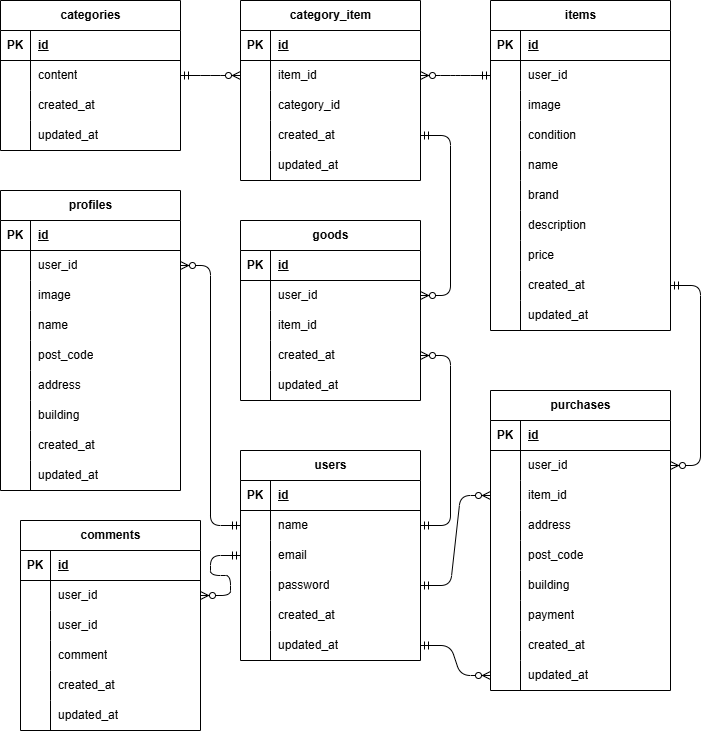
Above: ER.drawio.png in yuukuroda/kuroda-freemarket (draw.io), before the change. Source tidied: cells renumbered, new cells last; positions are measured from the earlier drawing's top-left corner, leaving out a move shared by most shapes.
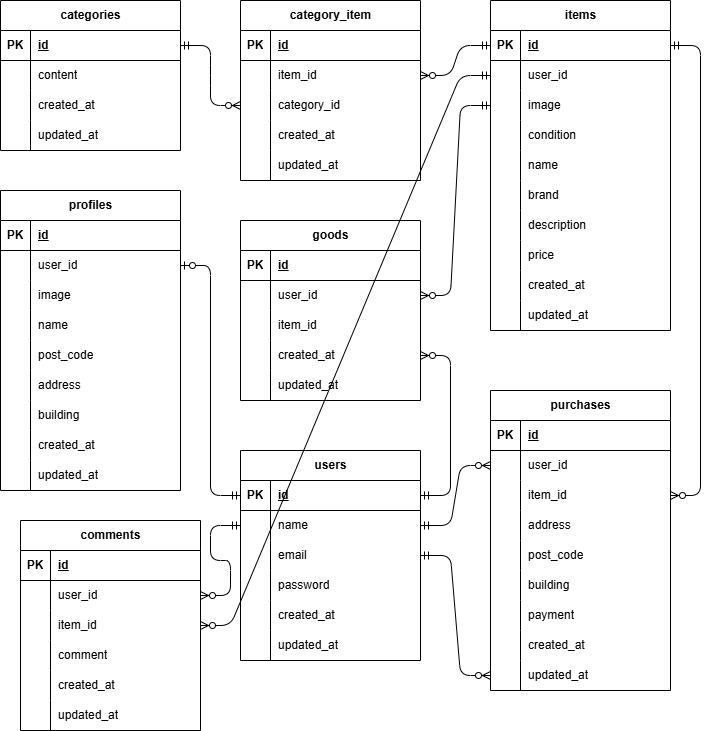
The same diagram one commit later.

The edit, as a diff of the source:
```diff
@@ -218,7 +218,7 @@
     <mxCell id="73" value="updated_at" style="shape=partialRectangle;fillColor=none;top=0;left=0;bottom=0;right=0;align=left;spacingLeft=6;overflow=hidden;whiteSpace=wrap;html=1;" parent="71" vertex="1">
       <mxGeometry x="30" width="150" height="30" as="geometry" />
     </mxCell>
-    <mxCell id="74" style="edgeStyle=entityRelationEdgeStyle;fontSize=12;html=1;endArrow=ERzeroToMany;startArrow=ERmandOne;exitX=1;exitY=0.5;exitDx=0;exitDy=0;entryX=0;entryY=0.5;entryDx=0;entryDy=0;" parent="1" edge="1" source="37" target="79">
+    <mxCell id="74" style="edgeStyle=entityRelationEdgeStyle;fontSize=12;html=1;endArrow=ERzeroToMany;startArrow=ERmandOne;exitX=1;exitY=0.5;exitDx=0;exitDy=0;" parent="1" edge="1" source="34" target="82">
       <mxGeometry relative="1" as="geometry" />
     </mxCell>
     <mxCell id="75" value="category_item" style="shape=table;startSize=30;rowLines=0;fontStyle=1;align=center;html=1;" parent="1" vertex="1">
@@ -269,7 +269,7 @@
     <mxCell id="90" value="updated_at" style="shape=partialRectangle;fillColor=none;top=0;left=0;bottom=0;right=0;align=left;spacingLeft=6;overflow=hidden;whiteSpace=wrap;html=1;" parent="88" vertex="1">
       <mxGeometry x="30" width="150" height="30" as="geometry" />
     </mxCell>
-    <mxCell id="91" style="edgeStyle=entityRelationEdgeStyle;fontSize=12;html=1;endArrow=ERzeroToMany;startArrow=ERmandOne;exitX=0;exitY=0.5;exitDx=0;exitDy=0;entryX=1;entryY=0.5;entryDx=0;entryDy=0;" parent="1" edge="1" source="6" target="79">
+    <mxCell id="91" style="edgeStyle=entityRelationEdgeStyle;fontSize=12;html=1;endArrow=ERzeroToMany;startArrow=ERmandOne;exitX=0;exitY=0.5;exitDx=0;exitDy=0;entryX=1;entryY=0.5;entryDx=0;entryDy=0;" parent="1" edge="1" source="3" target="79">
       <mxGeometry relative="1" as="geometry" />
     </mxCell>
     <mxCell id="92" value="users" style="shape=table;startSize=30;rowLines=0;fontStyle=1;align=center;html=1;" parent="1" vertex="1">
@@ -404,7 +404,7 @@
     <mxCell id="135" style="shape=partialRectangle;fillColor=none;top=0;left=0;bottom=0;right=0;overflow=hidden;whiteSpace=wrap;html=1;" parent="134" vertex="1">
       <mxGeometry width="30" height="30" as="geometry" />
     </mxCell>
-    <mxCell id="136" value="user_id" style="shape=partialRectangle;fillColor=none;top=0;left=0;bottom=0;right=0;align=left;spacingLeft=6;overflow=hidden;whiteSpace=wrap;html=1;" parent="134" vertex="1">
+    <mxCell id="136" value="item_id" style="shape=partialRectangle;fillColor=none;top=0;left=0;bottom=0;right=0;align=left;spacingLeft=6;overflow=hidden;whiteSpace=wrap;html=1;" parent="134" vertex="1">
       <mxGeometry x="30" width="150" height="30" as="geometry" />
     </mxCell>
     <mxCell id="137" style="shape=tableRow;horizontal=0;startSize=0;swimlaneHead=0;swimlaneBody=0;fillColor=none;top=0;left=0;right=0;bottom=0;" parent="127" vertex="1">
@@ -518,30 +518,38 @@
     <mxCell id="173" value="updated_at" style="shape=partialRectangle;fillColor=none;top=0;left=0;bottom=0;right=0;align=left;spacingLeft=6;overflow=hidden;whiteSpace=wrap;html=1;" parent="171" vertex="1">
       <mxGeometry x="30" width="150" height="30" as="geometry" />
     </mxCell>
-    <mxCell id="174" style="edgeStyle=entityRelationEdgeStyle;fontSize=12;html=1;endArrow=ERzeroToMany;startArrow=ERmandOne;exitX=1;exitY=0.5;exitDx=0;exitDy=0;entryX=1;entryY=0.5;entryDx=0;entryDy=0;" parent="1" edge="1" source="85" target="115">
+    <mxCell id="174" style="edgeStyle=entityRelationEdgeStyle;fontSize=12;html=1;endArrow=ERzeroToMany;startArrow=ERmandOne;entryX=1;entryY=0.5;entryDx=0;entryDy=0;" parent="1" edge="1" source="9" target="115">
       <mxGeometry relative="1" as="geometry" />
     </mxCell>
-    <mxCell id="175" style="edgeStyle=entityRelationEdgeStyle;fontSize=12;html=1;endArrow=ERzeroToMany;startArrow=ERmandOne;entryX=1;entryY=0.5;entryDx=0;entryDy=0;exitX=1;exitY=0.5;exitDx=0;exitDy=0;" parent="1" edge="1" source="96" target="121">
+    <mxCell id="175" style="edgeStyle=entityRelationEdgeStyle;fontSize=12;html=1;endArrow=ERzeroToMany;startArrow=ERmandOne;entryX=1;entryY=0.5;entryDx=0;entryDy=0;" parent="1" edge="1" source="93" target="121">
       <mxGeometry relative="1" as="geometry" />
     </mxCell>
-    <mxCell id="176" style="edgeStyle=entityRelationEdgeStyle;fontSize=12;html=1;endArrow=ERzeroToMany;startArrow=ERmandOne;entryX=1;entryY=0.5;entryDx=0;entryDy=0;exitX=0;exitY=0.5;exitDx=0;exitDy=0;" parent="1" edge="1" source="96" target="50">
+    <mxCell id="176" style="edgeStyle=entityRelationEdgeStyle;fontSize=12;html=1;endArrow=ERzeroToOne;startArrow=ERmandOne;entryX=1;entryY=0.5;entryDx=0;entryDy=0;endFill=0;" parent="1" edge="1" source="93" target="50">
       <mxGeometry relative="1" as="geometry" />
     </mxCell>
-    <mxCell id="177" style="edgeStyle=entityRelationEdgeStyle;fontSize=12;html=1;endArrow=ERzeroToMany;startArrow=ERmandOne;entryX=1;entryY=0.5;entryDx=0;entryDy=0;exitX=0;exitY=0.5;exitDx=0;exitDy=0;" parent="1" edge="1" source="99" target="131">
+    <mxCell id="177" style="edgeStyle=entityRelationEdgeStyle;fontSize=12;html=1;endArrow=ERzeroToMany;startArrow=ERmandOne;entryX=1;entryY=0.5;entryDx=0;entryDy=0;" parent="1" edge="1" source="96" target="131">
       <mxGeometry relative="1" as="geometry" />
     </mxCell>
-    <mxCell id="178" style="edgeStyle=entityRelationEdgeStyle;fontSize=12;html=1;endArrow=ERzeroToMany;startArrow=ERmandOne;entryX=0;entryY=0.5;entryDx=0;entryDy=0;exitX=1;exitY=0.5;exitDx=0;exitDy=0;" parent="1" edge="1" source="102" target="153">
+    <mxCell id="178" style="edgeStyle=entityRelationEdgeStyle;fontSize=12;html=1;endArrow=ERzeroToMany;startArrow=ERmandOne;" parent="1" edge="1" source="96" target="150">
       <mxGeometry relative="1" as="geometry" />
     </mxCell>
-    <mxCell id="179" style="edgeStyle=entityRelationEdgeStyle;fontSize=12;html=1;endArrow=ERzeroToMany;startArrow=ERmandOne;entryX=0;entryY=0.5;entryDx=0;entryDy=0;exitX=1;exitY=0.5;exitDx=0;exitDy=0;" parent="1" edge="1" source="108" target="171">
+    <mxCell id="179" style="edgeStyle=entityRelationEdgeStyle;fontSize=12;html=1;endArrow=ERzeroToMany;startArrow=ERmandOne;entryX=0;entryY=0.5;entryDx=0;entryDy=0;" parent="1" edge="1" source="99" target="171">
       <mxGeometry relative="1" as="geometry">
         <Array as="points">
           <mxPoint x="660" y="610" />
         </Array>
       </mxGeometry>
     </mxCell>
-    <mxCell id="180" style="edgeStyle=entityRelationEdgeStyle;fontSize=12;html=1;endArrow=ERzeroToMany;startArrow=ERmandOne;entryX=1;entryY=0.5;entryDx=0;entryDy=0;exitX=1;exitY=0.5;exitDx=0;exitDy=0;" parent="1" edge="1" source="27" target="150">
+    <mxCell id="180" style="edgeStyle=entityRelationEdgeStyle;fontSize=12;html=1;endArrow=ERzeroToMany;startArrow=ERmandOne;" parent="1" edge="1" source="3" target="153">
       <mxGeometry relative="1" as="geometry" />
     </mxCell>
+    <mxCell id="181" style="edgeStyle=entityRelationEdgeStyle;fontSize=12;html=1;endArrow=ERzeroToMany;startArrow=ERmandOne;" parent="1" edge="1" source="6" target="134">
+      <mxGeometry relative="1" as="geometry">
+        <Array as="points">
+          <mxPoint x="730" y="620" />
+          <mxPoint x="460" y="380" />
+        </Array>
+      </mxGeometry>
+    </mxCell>
   </root>
 </mxGraphModel>
```
